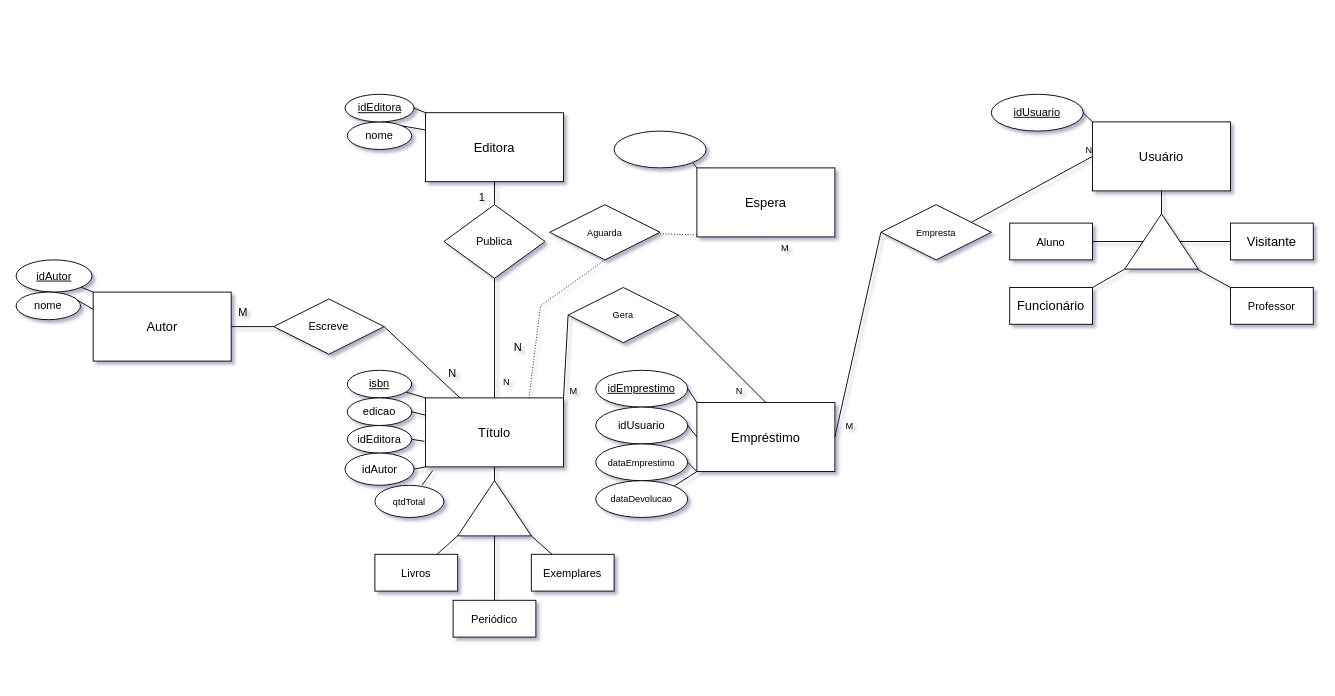
nicholascostap/library-model keeps this draw.io diagram as library-2023-09-29.drawio. Above is the earlier version. Source tidied: cells renumbered, new cells numbered last; positions are measured from the earlier drawing's top-left corner, leaving out a move shared by most shapes. Both pictures are drawn from the tidied source at 92%, with x=0, y=0 at pixel (16, 94).
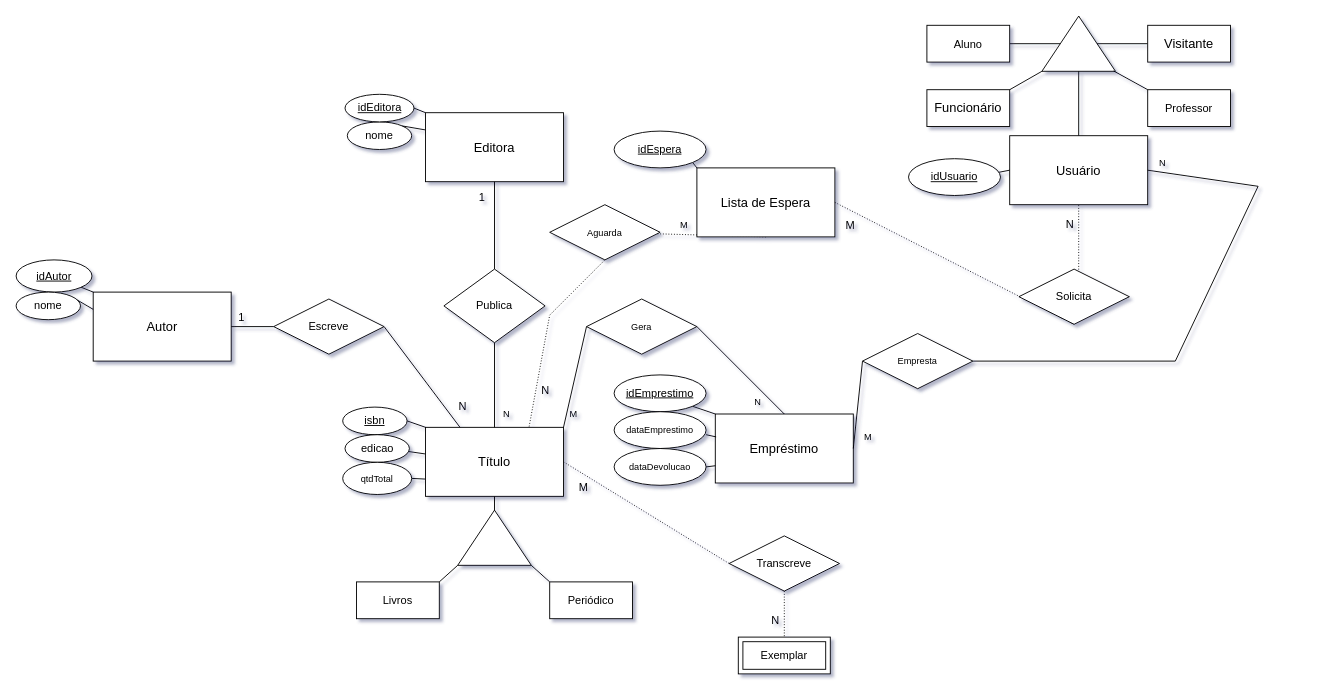
After the change.

Unchanged cells that the change refers to:
```xml
<mxCell id="43" style="endArrow=none;html=1;rounded=0;fontSize=12;exitX=0.5;exitY=1;exitDx=0;exitDy=0;entryX=0.5;entryY=0;entryDx=0;entryDy=0;" parent="1" edge="1" source="29" target="2">
  <mxGeometry relative="1" as="geometry" />
</mxCell>
<mxCell id="50" style="endArrow=none;html=1;rounded=0;fontSize=12;exitX=1;exitY=0.5;exitDx=0;exitDy=0;entryX=0.25;entryY=0;entryDx=0;entryDy=0;startArrow=none;" parent="1" edge="1" source="54" target="2">
  <mxGeometry relative="1" as="geometry" />
</mxCell>
<mxCell id="52" style="endArrow=none;html=1;rounded=0;fontSize=12;exitX=1;exitY=0.5;exitDx=0;exitDy=0;entryX=0;entryY=0.5;entryDx=0;entryDy=0;" parent="1" edge="1" source="40" target="54">
  <mxGeometry relative="1" as="geometry" />
</mxCell>
<mxCell id="65" style="endArrow=none;html=1;rounded=0;fontSize=10;exitX=1;exitY=0;exitDx=0;exitDy=0;entryX=0;entryY=0.5;entryDx=0;entryDy=0;" parent="1" edge="1" source="2" target="67">
  <mxGeometry relative="1" as="geometry" />
</mxCell>
<mxCell id="70" style="endArrow=none;html=1;rounded=0;dashed=1;dashPattern=1 2;fontSize=10;exitX=0.5;exitY=1;exitDx=0;exitDy=0;" parent="1" edge="1" source="75" target="72">
  <mxGeometry relative="1" as="geometry" />
</mxCell>
<mxCell id="72" value="Aguarda" style="shape=rhombus;perimeter=rhombusPerimeter;whiteSpace=wrap;html=1;align=center;fontSize=10;" parent="1" vertex="1">
  <mxGeometry x="580" y="120" width="120" height="60" as="geometry" />
</mxCell>
```

Diff of the diagram source:
```diff
@@
     <mxCell id="2" value="&lt;span style=&quot;font-size: 14px;&quot;&gt;Título&lt;/span&gt;" style="whiteSpace=wrap;html=1;align=center;" parent="1" vertex="1">
-      <mxGeometry x="445" y="330" width="150" height="75" as="geometry" />
+      <mxGeometry x="445" y="362" width="150" height="75" as="geometry" />
     </mxCell>
     <mxCell id="3" style="endArrow=none;html=1;rounded=0;fontSize=14;entryX=0.5;entryY=1;entryDx=0;entryDy=0;" parent="1" edge="1" target="2">
       <mxGeometry relative="1" as="geometry">
-        <mxPoint x="520" y="430" as="sourcePoint" />
+        <mxPoint x="520" y="462" as="sourcePoint" />
       </mxGeometry>
     </mxCell>
     <mxCell id="4" style="triangle;whiteSpace=wrap;html=1;fontSize=14;direction=north;" parent="1" vertex="1">
-      <mxGeometry x="480" y="420" width="80" height="60" as="geometry" />
+      <mxGeometry x="480" y="452" width="80" height="60" as="geometry" />
     </mxCell>
-    <mxCell id="5" style="endArrow=none;html=1;rounded=0;fontSize=14;fontStyle=1;exitX=0.75;exitY=0;exitDx=0;exitDy=0;" parent="1" edge="1" source="8">
+    <mxCell id="5" style="endArrow=none;html=1;rounded=0;fontSize=14;fontStyle=1;exitX=1;exitY=0;exitDx=0;exitDy=0;" parent="1" edge="1" source="8">
       <mxGeometry relative="1" as="geometry">
-        <mxPoint x="480" y="480" as="targetPoint" />
+        <mxPoint x="480" y="512" as="targetPoint" />
       </mxGeometry>
     </mxCell>
-    <mxCell id="6" style="endArrow=none;html=1;rounded=0;fontSize=14;fontStyle=1;exitX=0.5;exitY=0;exitDx=0;exitDy=0;" parent="1" edge="1" source="9">
-      <mxGeometry relative="1" as="geometry">
-        <mxPoint x="520" y="480" as="targetPoint" />
-      </mxGeometry>
-    </mxCell>
-    <mxCell id="7" style="endArrow=none;html=1;rounded=0;fontSize=14;fontStyle=1;exitX=0.25;exitY=0;exitDx=0;exitDy=0;" parent="1" edge="1" source="10">
+    <mxCell id="7" style="endArrow=none;html=1;rounded=0;fontSize=14;fontStyle=1;exitX=0;exitY=0;exitDx=0;exitDy=0;" parent="1" edge="1" source="10">
       <mxGeometry relative="1" as="geometry">
-        <mxPoint x="560" y="480" as="targetPoint" />
+        <mxPoint x="560" y="512" as="targetPoint" />
       </mxGeometry>
     </mxCell>
     <mxCell id="8" value="&lt;font style=&quot;font-size: 12px;&quot;&gt;Livros&lt;/font&gt;" style="rounded=0;whiteSpace=wrap;html=1;fontSize=14;" parent="1" vertex="1">
-      <mxGeometry x="390" y="500" width="90" height="40" as="geometry" />
+      <mxGeometry x="370" y="530" width="90" height="40" as="geometry" />
     </mxCell>
-    <mxCell id="9" value="&lt;font style=&quot;font-size: 12px;&quot;&gt;Periódico&lt;/font&gt;" style="rounded=0;whiteSpace=wrap;html=1;fontSize=14;" parent="1" vertex="1">
-      <mxGeometry x="475" y="550" width="90" height="40" as="geometry" />
-    </mxCell>
-    <mxCell id="10" value="&lt;font style=&quot;font-size: 12px;&quot;&gt;Exemplares&lt;/font&gt;" style="rounded=0;whiteSpace=wrap;html=1;fontSize=14;" parent="1" vertex="1">
-      <mxGeometry x="560" y="500" width="90" height="40" as="geometry" />
+    <mxCell id="10" value="&lt;span style=&quot;font-size: 12px;&quot;&gt;Periódico&lt;/span&gt;" style="rounded=0;whiteSpace=wrap;html=1;fontSize=14;" parent="1" vertex="1">
+      <mxGeometry x="580" y="530" width="90" height="40" as="geometry" />
     </mxCell>
     <mxCell id="11" value="&lt;font style=&quot;font-size: 14px;&quot;&gt;Usuário&lt;/font&gt;" style="whiteSpace=wrap;html=1;align=center;" parent="1" vertex="1">
-      <mxGeometry x="1170" y="30" width="150" height="75" as="geometry" />
+      <mxGeometry x="1080" y="45" width="150" height="75" as="geometry" />
     </mxCell>
-    <mxCell id="12" style="endArrow=none;html=1;rounded=0;fontSize=14;entryX=0.5;entryY=1;entryDx=0;entryDy=0;exitX=1;exitY=0.5;exitDx=0;exitDy=0;" parent="1" edge="1" source="13" target="11">
+    <mxCell id="12" style="endArrow=none;html=1;rounded=0;fontSize=14;entryX=0.5;entryY=0;entryDx=0;entryDy=0;exitX=1;exitY=0.5;exitDx=0;exitDy=0;" parent="1" edge="1" source="13" target="11">
       <mxGeometry relative="1" as="geometry" />
     </mxCell>
     <mxCell id="13" style="triangle;whiteSpace=wrap;html=1;fontSize=14;direction=north;" parent="1" vertex="1">
-      <mxGeometry x="1205" y="130" width="80" height="60" as="geometry" />
+      <mxGeometry x="1115" y="-85" width="80" height="60" as="geometry" />
     </mxCell>
@@
     <mxCell id="16" style="endArrow=none;html=1;rounded=0;fontSize=14;fontStyle=1;exitX=1;exitY=0;exitDx=0;exitDy=0;" parent="1" edge="1" source="19">
       <mxGeometry relative="1" as="geometry">
-        <mxPoint x="1205" y="190" as="targetPoint" />
+        <mxPoint x="1115" y="-25" as="targetPoint" />
       </mxGeometry>
     </mxCell>
     <mxCell id="17" value="&lt;span style=&quot;font-size: 12px;&quot;&gt;Aluno&lt;/span&gt;" style="rounded=0;whiteSpace=wrap;html=1;fontSize=14;" parent="1" vertex="1">
-      <mxGeometry x="1080" y="140" width="90" height="40" as="geometry" />
+      <mxGeometry x="990" y="-75" width="90" height="40" as="geometry" />
     </mxCell>
     <mxCell id="18" value="&lt;font style=&quot;font-size: 12px;&quot;&gt;Professor&lt;/font&gt;" style="rounded=0;whiteSpace=wrap;html=1;fontSize=14;" parent="1" vertex="1">
-      <mxGeometry x="1320" y="210" width="90" height="40" as="geometry" />
+      <mxGeometry x="1230" y="-5" width="90" height="40" as="geometry" />
     </mxCell>
     <mxCell id="19" value="Funcionário" style="rounded=0;whiteSpace=wrap;html=1;fontSize=14;" parent="1" vertex="1">
-      <mxGeometry x="1080" y="210" width="90" height="40" as="geometry" />
+      <mxGeometry x="990" y="-5" width="90" height="40" as="geometry" />
     </mxCell>
@@
     <mxCell id="21" value="Visitante" style="rounded=0;whiteSpace=wrap;html=1;fontSize=14;" parent="1" vertex="1">
-      <mxGeometry x="1320" y="140" width="90" height="40" as="geometry" />
+      <mxGeometry x="1230" y="-75" width="90" height="40" as="geometry" />
     </mxCell>
-    <mxCell id="22" style="endArrow=none;html=1;rounded=0;fontSize=12;entryX=0;entryY=0;entryDx=0;entryDy=0;" parent="1" edge="1" source="23" target="2">
+    <mxCell id="22" style="endArrow=none;html=1;rounded=0;fontSize=12;entryX=0;entryY=0;entryDx=0;entryDy=0;exitX=1;exitY=0.5;exitDx=0;exitDy=0;" parent="1" edge="1" source="23" target="2">
       <mxGeometry relative="1" as="geometry" />
     </mxCell>
     <mxCell id="23" value="isbn" style="ellipse;whiteSpace=wrap;html=1;align=center;fontStyle=4;fontSize=12;" parent="1" vertex="1">
-      <mxGeometry x="360" y="300" width="70" height="30" as="geometry" />
+      <mxGeometry x="355" y="340" width="70" height="30" as="geometry" />
     </mxCell>
     <mxCell id="24" value="edicao" style="ellipse;whiteSpace=wrap;html=1;align=center;fontSize=12;" parent="1" vertex="1">
-      <mxGeometry x="360" y="330" width="70" height="30" as="geometry" />
+      <mxGeometry x="357.5" y="370" width="70" height="30" as="geometry" />
     </mxCell>
-    <mxCell id="25" style="endArrow=none;html=1;rounded=0;fontSize=12;exitX=1;exitY=0.5;exitDx=0;exitDy=0;entryX=0;entryY=0.25;entryDx=0;entryDy=0;" parent="1" edge="1" source="24" target="2">
+    <mxCell id="25" style="endArrow=none;html=1;rounded=0;fontSize=12;" parent="1" edge="1" source="24" target="2">
       <mxGeometry relative="1" as="geometry" />
     </mxCell>
-    <mxCell id="26" value="idEditora" style="ellipse;whiteSpace=wrap;html=1;align=center;fontSize=12;" parent="1" vertex="1">
-      <mxGeometry x="360" y="360" width="70" height="30" as="geometry" />
-    </mxCell>
-    <mxCell id="27" style="endArrow=none;html=1;rounded=0;fontSize=12;exitX=1;exitY=0.5;exitDx=0;exitDy=0;entryX=-0.008;entryY=0.629;entryDx=0;entryDy=0;entryPerimeter=0;" parent="1" edge="1" source="26" target="2">
-      <mxGeometry relative="1" as="geometry" />
-    </mxCell>
@@
     <mxCell id="29" value="Publica" style="rhombus;whiteSpace=wrap;html=1;fontSize=12;" parent="1" vertex="1">
-      <mxGeometry x="465" y="120" width="110" height="80" as="geometry" />
+      <mxGeometry x="465" y="190" width="110" height="80" as="geometry" />
     </mxCell>
@@
-    <mxCell id="33" style="endArrow=none;html=1;rounded=0;fontSize=12;exitX=1;exitY=0;exitDx=0;exitDy=0;" parent="1" edge="1" source="39">
-      <mxGeometry relative="1" as="geometry">
-        <mxPoint x="1170" y="30" as="targetPoint" />
-      </mxGeometry>
+    <mxCell id="33" style="endArrow=none;html=1;rounded=0;fontSize=12;exitX=0.97;exitY=0.375;exitDx=0;exitDy=0;entryX=0;entryY=0.5;entryDx=0;entryDy=0;exitPerimeter=0;" parent="1" edge="1" source="39" target="11">
+      <mxGeometry relative="1" as="geometry" />
     </mxCell>
-    <mxCell id="34" value="&lt;font style=&quot;font-size: 12px;&quot;&gt;idAutor&lt;/font&gt;" style="ellipse;whiteSpace=wrap;html=1;align=center;fontSize=12;" parent="1" vertex="1">
-      <mxGeometry x="357.5" y="390" width="75" height="35" as="geometry" />
-    </mxCell>
-    <mxCell id="35" style="endArrow=none;html=1;rounded=0;fontSize=10;exitX=1;exitY=0.5;exitDx=0;exitDy=0;entryX=0;entryY=1;entryDx=0;entryDy=0;" parent="1" edge="1" source="34" target="2">
-      <mxGeometry relative="1" as="geometry" />
-    </mxCell>
-    <mxCell id="36" style="endArrow=none;html=1;rounded=0;fontSize=10;exitX=0.684;exitY=-0.01;exitDx=0;exitDy=0;exitPerimeter=0;entryX=0.053;entryY=1.051;entryDx=0;entryDy=0;entryPerimeter=0;" parent="1" edge="1" source="37" target="2">
+    <mxCell id="36" style="endArrow=none;html=1;rounded=0;fontSize=10;exitX=1;exitY=0.5;exitDx=0;exitDy=0;entryX=0;entryY=0.75;entryDx=0;entryDy=0;" parent="1" edge="1" source="37" target="2">
       <mxGeometry relative="1" as="geometry" />
     </mxCell>
     <mxCell id="37" value="&lt;font style=&quot;font-size: 10px;&quot;&gt;qtdTotal&lt;/font&gt;" style="ellipse;whiteSpace=wrap;html=1;align=center;fontSize=12;" parent="1" vertex="1">
-      <mxGeometry x="390" y="425" width="75" height="35" as="geometry" />
+      <mxGeometry x="355" y="400" width="75" height="35" as="geometry" />
     </mxCell>
@@
     <mxCell id="39" value="idUsuario" style="ellipse;whiteSpace=wrap;html=1;align=center;fontStyle=4;fontSize=12;" parent="1" vertex="1">
-      <mxGeometry x="1060" width="100" height="40" as="geometry" />
+      <mxGeometry x="970" y="70" width="100" height="40" as="geometry" />
     </mxCell>
@@
     <mxCell id="44" value="N" style="html=1;align=right;verticalAlign=bottom;fontSize=12;" parent="43" vertex="1">
       <mxGeometry x="1" relative="1" as="geometry">
-        <mxPoint x="30" y="-47" as="offset" />
+        <mxPoint x="60" y="-32" as="offset" />
       </mxGeometry>
     </mxCell>
@@
     <mxCell id="49" value="&lt;span style=&quot;font-size: 14px;&quot;&gt;Empréstimo&lt;/span&gt;" style="whiteSpace=wrap;html=1;align=center;" parent="1" vertex="1">
-      <mxGeometry x="740" y="335" width="150" height="75" as="geometry" />
+      <mxGeometry x="760" y="347.5" width="150" height="75" as="geometry" />
     </mxCell>
@@
     <mxCell id="51" value="N" style="html=1;align=right;verticalAlign=bottom;fontSize=12;" parent="50" vertex="1">
       <mxGeometry x="1" relative="1" as="geometry">
-        <mxPoint x="-3" y="-18" as="offset" />
+        <mxPoint x="8" y="-14" as="offset" />
       </mxGeometry>
     </mxCell>
@@
-    <mxCell id="53" value="M" style="html=1;align=left;verticalAlign=bottom;fontSize=12;" parent="52" vertex="1">
+    <mxCell id="53" value="1" style="html=1;align=left;verticalAlign=bottom;fontSize=12;" parent="52" vertex="1">
       <mxGeometry x="-1" relative="1" as="geometry">
-        <mxPoint x="6" y="-7" as="offset" />
+        <mxPoint x="6" y="-2" as="offset" />
       </mxGeometry>
     </mxCell>
@@
     <mxCell id="55" value="idEmprestimo" style="ellipse;whiteSpace=wrap;html=1;align=center;fontStyle=4;fontSize=12;" parent="1" vertex="1">
-      <mxGeometry x="630" y="300" width="100" height="40" as="geometry" />
+      <mxGeometry x="650" y="305" width="100" height="40" as="geometry" />
     </mxCell>
-    <mxCell id="56" style="endArrow=none;html=1;rounded=0;fontSize=12;exitX=1;exitY=0.5;exitDx=0;exitDy=0;entryX=0;entryY=0;entryDx=0;entryDy=0;" parent="1" edge="1" source="55" target="49">
+    <mxCell id="56" style="endArrow=none;html=1;rounded=0;fontSize=12;exitX=1;exitY=1;exitDx=0;exitDy=0;entryX=0;entryY=0;entryDx=0;entryDy=0;" parent="1" edge="1" source="55" target="49">
       <mxGeometry relative="1" as="geometry" />
     </mxCell>
-    <mxCell id="57" value="idUsuario" style="ellipse;whiteSpace=wrap;html=1;align=center;fontSize=12;" parent="1" vertex="1">
-      <mxGeometry x="630" y="340" width="100" height="40" as="geometry" />
-    </mxCell>
-    <mxCell id="58" style="endArrow=none;html=1;rounded=0;fontSize=12;exitX=0;exitY=0.5;exitDx=0;exitDy=0;entryX=1;entryY=0.5;entryDx=0;entryDy=0;" parent="1" edge="1" source="49" target="57">
-      <mxGeometry relative="1" as="geometry" />
-    </mxCell>
     <mxCell id="59" value="&lt;font style=&quot;font-size: 10px;&quot;&gt;dataEmprestimo&lt;/font&gt;" style="ellipse;whiteSpace=wrap;html=1;align=center;fontSize=12;" parent="1" vertex="1">
-      <mxGeometry x="630" y="380" width="100" height="40" as="geometry" />
+      <mxGeometry x="650" y="345" width="100" height="40" as="geometry" />
     </mxCell>
-    <mxCell id="60" style="endArrow=none;html=1;rounded=0;fontSize=10;exitX=1;exitY=0.5;exitDx=0;exitDy=0;entryX=0;entryY=1;entryDx=0;entryDy=0;" parent="1" edge="1" source="59" target="49">
-      <mxGeometry relative="1" as="geometry" />
+    <mxCell id="60" style="endArrow=none;html=1;rounded=0;fontSize=10;entryX=0.006;entryY=0.332;entryDx=0;entryDy=0;entryPerimeter=0;" parent="1" edge="1" target="49">
+      <mxGeometry relative="1" as="geometry">
+        <mxPoint x="750" y="370" as="sourcePoint" />
+      </mxGeometry>
     </mxCell>
     <mxCell id="61" value="dataDevolucao" style="ellipse;whiteSpace=wrap;html=1;align=center;fontSize=10;" parent="1" vertex="1">
-      <mxGeometry x="630" y="420" width="100" height="40" as="geometry" />
+      <mxGeometry x="650" y="385" width="100" height="40" as="geometry" />
     </mxCell>
-    <mxCell id="62" style="endArrow=none;html=1;rounded=0;fontSize=10;exitX=1;exitY=0;exitDx=0;exitDy=0;entryX=0;entryY=1;entryDx=0;entryDy=0;" parent="1" edge="1" source="61" target="49">
+    <mxCell id="62" style="endArrow=none;html=1;rounded=0;fontSize=10;exitX=1;exitY=0.5;exitDx=0;exitDy=0;entryX=0;entryY=0.75;entryDx=0;entryDy=0;" parent="1" edge="1" source="61" target="49">
       <mxGeometry relative="1" as="geometry" />
     </mxCell>
@@
     <mxCell id="66" value="M" style="html=1;align=left;verticalAlign=bottom;fontSize=10;" parent="65" vertex="1">
       <mxGeometry x="-1" relative="1" as="geometry">
-        <mxPoint x="5" as="offset" />
+        <mxPoint x="5" y="-7" as="offset" />
       </mxGeometry>
     </mxCell>
     <mxCell id="67" value="Gera" style="shape=rhombus;perimeter=rhombusPerimeter;whiteSpace=wrap;html=1;align=center;fontSize=10;" parent="1" vertex="1">
-      <mxGeometry x="600" y="210" width="120" height="60" as="geometry" />
+      <mxGeometry x="620" y="222.5" width="120" height="60" as="geometry" />
     </mxCell>
     <mxCell id="68" style="endArrow=none;html=1;rounded=0;dashed=1;dashPattern=1 2;fontSize=10;exitX=0.5;exitY=1;exitDx=0;exitDy=0;startArrow=none;entryX=0.75;entryY=0;entryDx=0;entryDy=0;" parent="1" edge="1" source="72" target="2">
       <mxGeometry relative="1" as="geometry">
         <Array as="points">
-          <mxPoint x="570" y="230" />
+          <mxPoint x="580" y="240" />
         </Array>
       </mxGeometry>
     </mxCell>
     <mxCell id="69" value="N" style="html=1;align=right;verticalAlign=bottom;fontSize=10;" parent="68" vertex="1">
       <mxGeometry x="1" relative="1" as="geometry">
-        <mxPoint x="-20" y="-10" as="offset" />
+        <mxPoint x="-20" y="-7" as="offset" />
       </mxGeometry>
     </mxCell>
@@
     <mxCell id="71" value="M" style="html=1;align=left;verticalAlign=bottom;fontSize=10;" parent="70" vertex="1">
       <mxGeometry x="-1" relative="1" as="geometry">
-        <mxPoint x="15" y="20" as="offset" />
+        <mxPoint x="-95" y="-5" as="offset" />
       </mxGeometry>
     </mxCell>
@@
-    <mxCell id="73" style="endArrow=none;html=1;rounded=0;fontSize=10;exitX=1;exitY=1;exitDx=0;exitDy=0;entryX=0;entryY=0;entryDx=0;entryDy=0;" parent="1" edge="1" source="74" target="75">
+    <mxCell id="73" style="endArrow=none;html=1;rounded=0;fontSize=10;exitX=1;exitY=1;exitDx=0;exitDy=0;entryX=0;entryY=0;entryDx=0;entryDy=0;" parent="1" edge="1" source="81" target="75">
       <mxGeometry relative="1" as="geometry" />
     </mxCell>
-    <mxCell id="74" style="ellipse;whiteSpace=wrap;html=1;align=center;fontSize=12;" parent="1" vertex="1">
-      <mxGeometry x="650" y="40" width="100" height="40" as="geometry" />
-    </mxCell>
-    <mxCell id="75" value="&lt;span style=&quot;font-size: 14px;&quot;&gt;Espera&lt;/span&gt;" style="whiteSpace=wrap;html=1;align=center;" parent="1" vertex="1">
+    <mxCell id="75" value="&lt;span style=&quot;font-size: 14px;&quot;&gt;Lista de Espera&lt;/span&gt;" style="whiteSpace=wrap;html=1;align=center;" parent="1" vertex="1">
       <mxGeometry x="740" y="80" width="150" height="75" as="geometry" />
     </mxCell>
-    <mxCell id="76" style="endArrow=none;html=1;rounded=0;fontSize=10;exitX=1;exitY=0.5;exitDx=0;exitDy=0;entryX=0;entryY=0.5;entryDx=0;entryDy=0;startArrow=none;" parent="1" edge="1" source="80" target="11">
+    <mxCell id="76" style="endArrow=none;html=1;rounded=0;fontSize=10;exitX=1;exitY=0.5;exitDx=0;exitDy=0;entryX=1;entryY=0.5;entryDx=0;entryDy=0;startArrow=none;" parent="1" edge="1" source="80" target="11">
       <mxGeometry relative="1" as="geometry">
         <Array as="points">
-          <mxPoint x="1000" y="160" />
+          <mxPoint x="1260" y="290" />
+          <mxPoint x="1350" y="100" />
         </Array>
       </mxGeometry>
     </mxCell>
     <mxCell id="77" value="N" style="html=1;align=right;verticalAlign=bottom;fontSize=10;" parent="76" vertex="1">
-      <mxGeometry x="1" relative="1" as="geometry" />
+      <mxGeometry x="1" relative="1" as="geometry">
+        <mxPoint x="20" as="offset" />
+      </mxGeometry>
     </mxCell>
@@
     <mxCell id="80" value="Empresta" style="shape=rhombus;perimeter=rhombusPerimeter;whiteSpace=wrap;html=1;align=center;fontSize=10;" parent="1" vertex="1">
-      <mxGeometry x="940" y="120" width="120" height="60" as="geometry" />
+      <mxGeometry x="920" y="260" width="120" height="60" as="geometry" />
     </mxCell>
+    <mxCell id="81" value="idEspera" style="ellipse;whiteSpace=wrap;html=1;align=center;fontStyle=4;" parent="1" vertex="1">
+      <mxGeometry x="650" y="40" width="100" height="40" as="geometry" />
+    </mxCell>
+    <mxCell id="82" style="endArrow=none;html=1;rounded=0;dashed=1;dashPattern=1 2;exitX=1;exitY=0.5;exitDx=0;exitDy=0;entryX=0.5;entryY=1;entryDx=0;entryDy=0;startArrow=none;" parent="1" edge="1" source="86" target="11">
+      <mxGeometry relative="1" as="geometry">
+        <Array as="points">
+          <mxPoint x="1155" y="240" />
+        </Array>
+      </mxGeometry>
+    </mxCell>
+    <mxCell id="83" value="N" style="html=1;align=right;verticalAlign=bottom;" parent="82" vertex="1">
+      <mxGeometry x="1" relative="1" as="geometry">
+        <mxPoint x="-5" y="30" as="offset" />
+      </mxGeometry>
+    </mxCell>
+    <mxCell id="84" style="endArrow=none;html=1;rounded=0;dashed=1;dashPattern=1 2;exitX=1;exitY=0.5;exitDx=0;exitDy=0;entryX=0.5;entryY=1;entryDx=0;entryDy=0;" parent="1" edge="1" source="75" target="86">
+      <mxGeometry relative="1" as="geometry" />
+    </mxCell>
+    <mxCell id="85" value="M" style="html=1;align=left;verticalAlign=bottom;" parent="84" vertex="1">
+      <mxGeometry x="-1" relative="1" as="geometry">
+        <mxPoint x="10" y="33" as="offset" />
+      </mxGeometry>
+    </mxCell>
+    <mxCell id="86" value="Solicita" style="shape=rhombus;perimeter=rhombusPerimeter;whiteSpace=wrap;html=1;align=center;" parent="1" vertex="1">
+      <mxGeometry x="1090" y="190" width="120" height="60" as="geometry" />
+    </mxCell>
+    <mxCell id="87" value="Exemplar" style="shape=ext;margin=3;double=1;whiteSpace=wrap;html=1;align=center;" parent="1" vertex="1">
+      <mxGeometry x="785" y="590" width="100" height="40" as="geometry" />
+    </mxCell>
+    <mxCell id="88" style="endArrow=none;html=1;rounded=0;dashed=1;dashPattern=1 2;exitX=0.5;exitY=1;exitDx=0;exitDy=0;entryX=0.5;entryY=0;entryDx=0;entryDy=0;startArrow=none;" parent="1" edge="1" source="92" target="87">
+      <mxGeometry relative="1" as="geometry" />
+    </mxCell>
+    <mxCell id="89" value="N" style="html=1;align=right;verticalAlign=bottom;" parent="88" vertex="1">
+      <mxGeometry x="1" relative="1" as="geometry">
+        <mxPoint x="-5" y="-10" as="offset" />
+      </mxGeometry>
+    </mxCell>
+    <mxCell id="90" style="endArrow=none;html=1;rounded=0;dashed=1;dashPattern=1 2;exitX=1;exitY=0.5;exitDx=0;exitDy=0;entryX=0;entryY=0.5;entryDx=0;entryDy=0;" parent="1" edge="1" source="2" target="92">
+      <mxGeometry relative="1" as="geometry" />
+    </mxCell>
+    <mxCell id="91" value="M" style="html=1;align=left;verticalAlign=bottom;" parent="90" vertex="1">
+      <mxGeometry x="-1" relative="1" as="geometry">
+        <mxPoint x="15" y="36" as="offset" />
+      </mxGeometry>
+    </mxCell>
+    <mxCell id="92" value="Transcreve" style="shape=rhombus;perimeter=rhombusPerimeter;whiteSpace=wrap;html=1;align=center;" parent="1" vertex="1">
+      <mxGeometry x="775" y="480" width="120" height="60" as="geometry" />
+    </mxCell>
```
